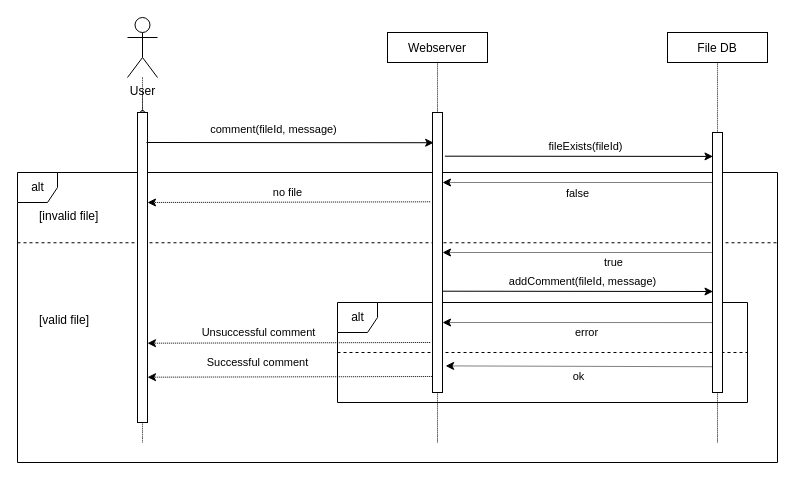
Above: page "commnet" (4 of 8) of Diagrams/sequence/search.drawio in rittakos/CreaTeam-ComputerSecurity (draw.io), before the change. Source tidied: cells renumbered, new cells numbered last; positions are measured from the earlier drawing's top-left corner, leaving out a move shared by most shapes. Both pictures are drawn from the tidied source at 100%, with x=0, y=0 at pixel (17, 17).
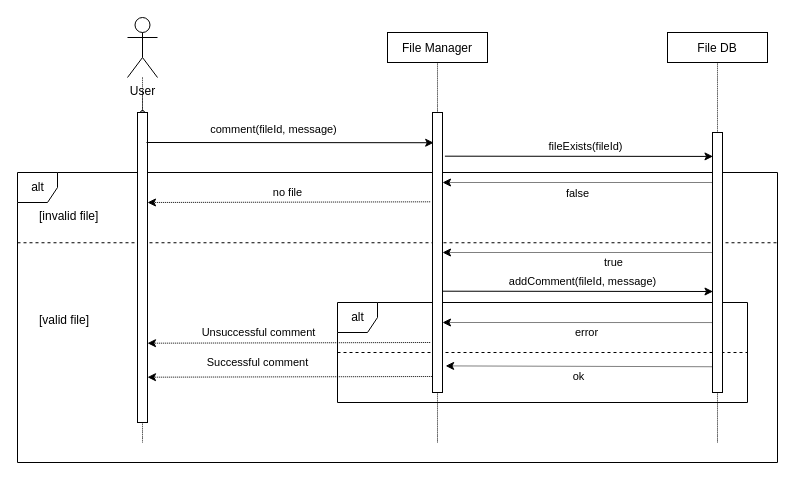
The same page after the edit.

What changed in the source:
```diff
@@
-    <mxCell id="24" value="Webserver" style="rounded=0;dashed=0;" parent="1" vertex="1">
+    <mxCell id="24" value="File Manager" style="rounded=0;dashed=0;" parent="1" vertex="1">
       <mxGeometry x="370" y="15" width="100" height="30" as="geometry" />
     </mxCell>
```
